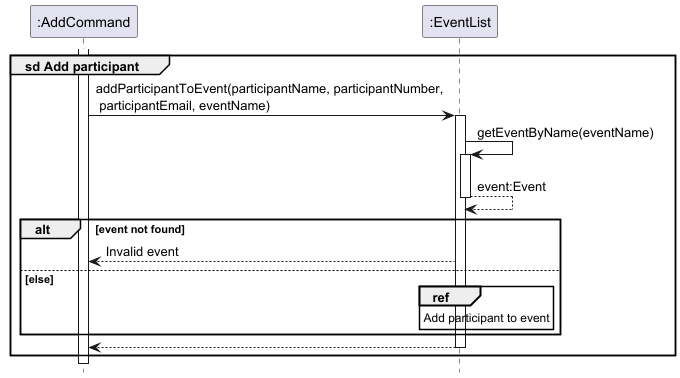
Earlier version of the PlantUML export docs/images/AddParticipantSequenceDiagram.png (nus-cs2113-AY2425S1/tp).
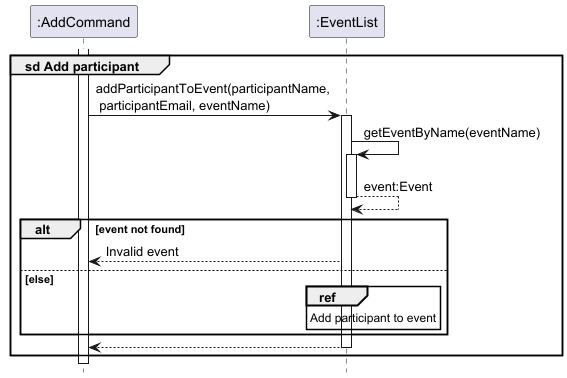
After the commit.

Change to the diagram source:
```diff
@@ -7,7 +7,7 @@
 
 group sd Add participant
     activate command
-    command -> eventList : addParticipantToEvent(participantName, participantNumber,\n participantEmail, eventName)
+    command -> eventList : addParticipantToEvent(participantName,\n participantEmail, eventName)
     activate eventList
 
     eventList -> eventList : getEventByName(eventName)
```
